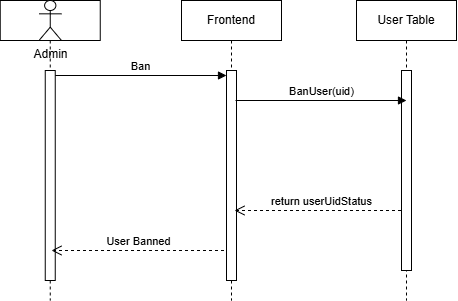
Earlier version of the draw.io export documentation/images/M4/FR6.png (dorawyy/CPEN321_CMIYC). Source tidied: cells renumbered, new cells last; positions are measured from the earlier drawing's top-left corner, leaving out a move shared by most shapes.
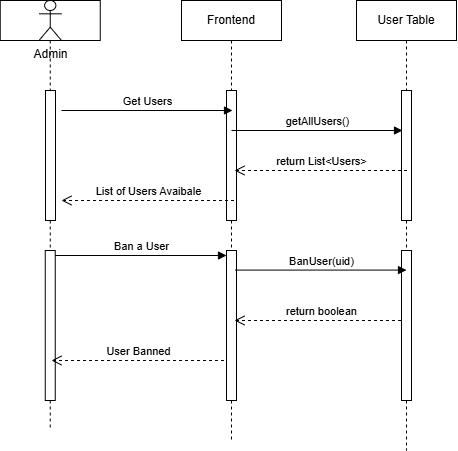
Above is the later version.

Change to the diagram source:
```diff
@@ -3,23 +3,29 @@
     <mxCell id="0" />
     <mxCell id="1" parent="0" />
     <mxCell id="2" style="shape=umlLifeline;perimeter=lifelinePerimeter;whiteSpace=wrap;html=1;newEdgeStyle={&quot;edgeStyle&quot;:&quot;elbowEdgeStyle&quot;,&quot;elbow&quot;:&quot;vertical&quot;,&quot;curved&quot;:0,&quot;rounded&quot;:0};" parent="1" vertex="1">
-      <mxGeometry x="-0.2" width="100" height="300" as="geometry" />
+      <mxGeometry x="-0.2" width="100" height="430" as="geometry" />
     </mxCell>
     <mxCell id="3" style="html=1;points=[[0,0,0,0,5],[0,1,0,0,-5],[1,0,0,0,5],[1,1,0,0,-5]];perimeter=orthogonalPerimeter;outlineConnect=0;targetShapes=umlLifeline;portConstraint=eastwest;newEdgeStyle={&quot;curved&quot;:0,&quot;rounded&quot;:0};" parent="2" vertex="1">
-      <mxGeometry x="45" y="70" width="10" height="210" as="geometry" />
+      <mxGeometry x="45" y="250" width="10" height="150" as="geometry" />
     </mxCell>
+    <mxCell id="13" style="html=1;perimeter=orthogonalPerimeter;targetShapes=umlLifeline;newEdgeStyle={&quot;curved&quot;:0,&quot;rounded&quot;:0};" parent="2" vertex="1">
+      <mxGeometry x="45.2" y="90" width="10" height="130" as="geometry" />
+    </mxCell>
     <mxCell id="4" value="Frontend" style="shape=umlLifeline;perimeter=lifelinePerimeter;whiteSpace=wrap;html=1;newEdgeStyle={&quot;edgeStyle&quot;:&quot;elbowEdgeStyle&quot;,&quot;elbow&quot;:&quot;vertical&quot;,&quot;curved&quot;:0,&quot;rounded&quot;:0};" parent="1" vertex="1">
-      <mxGeometry x="181" width="100" height="300" as="geometry" />
+      <mxGeometry x="181" width="100" height="440" as="geometry" />
     </mxCell>
     <mxCell id="5" style="html=1;points=[[0,0,0,0,5],[0,1,0,0,-5],[1,0,0,0,5],[1,1,0,0,-5]];perimeter=orthogonalPerimeter;outlineConnect=0;targetShapes=umlLifeline;portConstraint=eastwest;newEdgeStyle={&quot;curved&quot;:0,&quot;rounded&quot;:0};" parent="4" vertex="1">
-      <mxGeometry x="45" y="70" width="10" height="210" as="geometry" />
+      <mxGeometry x="45" y="250" width="10" height="150" as="geometry" />
     </mxCell>
+    <mxCell id="14" style="html=1;perimeter=orthogonalPerimeter;targetShapes=umlLifeline;newEdgeStyle={&quot;curved&quot;:0,&quot;rounded&quot;:0};" parent="4" vertex="1">
+      <mxGeometry x="45" y="90" width="10" height="130" as="geometry" />
+    </mxCell>
-    <mxCell id="6" value="return userUidStatus" style="html=1;verticalAlign=bottom;endArrow=open;dashed=1;endSize=8;edgeStyle=elbowEdgeStyle;elbow=vertical;curved=0;rounded=0;" parent="1" edge="1">
+    <mxCell id="6" value="return boolean" style="html=1;verticalAlign=bottom;endArrow=open;dashed=1;endSize=8;edgeStyle=elbowEdgeStyle;elbow=vertical;curved=0;rounded=0;" parent="1" edge="1">
       <mxGeometry x="-0.01" relative="1" as="geometry">
-        <mxPoint x="406.5" y="210" as="sourcePoint" />
-        <mxPoint x="234" y="210" as="targetPoint" />
+        <mxPoint x="406.5" y="320" as="sourcePoint" />
+        <mxPoint x="234" y="320" as="targetPoint" />
         <Array as="points">
-          <mxPoint x="331.5" y="210" />
+          <mxPoint x="331.5" y="320" />
         </Array>
       </mxGeometry>
     </mxCell>
@@ -27,28 +33,61 @@
       <mxGeometry x="38.5" width="22.5" height="40" as="geometry" />
     </mxCell>
     <mxCell id="8" value="User Table" style="shape=umlLifeline;perimeter=lifelinePerimeter;whiteSpace=wrap;html=1;newEdgeStyle={&quot;edgeStyle&quot;:&quot;elbowEdgeStyle&quot;,&quot;elbow&quot;:&quot;vertical&quot;,&quot;curved&quot;:0,&quot;rounded&quot;:0};" parent="1" vertex="1">
-      <mxGeometry x="356" width="100" height="300" as="geometry" />
+      <mxGeometry x="356" width="100" height="450" as="geometry" />
     </mxCell>
     <mxCell id="9" style="html=1;perimeter=orthogonalPerimeter;targetShapes=umlLifeline;newEdgeStyle={&quot;curved&quot;:0,&quot;rounded&quot;:0};" parent="8" vertex="1">
-      <mxGeometry x="45" y="70" width="10" height="200" as="geometry" />
+      <mxGeometry x="45" y="250" width="10" height="150" as="geometry" />
     </mxCell>
+    <mxCell id="15" style="html=1;perimeter=orthogonalPerimeter;targetShapes=umlLifeline;newEdgeStyle={&quot;curved&quot;:0,&quot;rounded&quot;:0};" parent="8" vertex="1">
+      <mxGeometry x="45" y="90" width="10" height="130" as="geometry" />
+    </mxCell>
-    <mxCell id="10" value="Ban" style="html=1;verticalAlign=bottom;endArrow=block;curved=0;rounded=0;exitX=1;exitY=0;exitDx=0;exitDy=5;exitPerimeter=0;entryX=0;entryY=0;entryDx=0;entryDy=5;entryPerimeter=0;" parent="1" edge="1" source="3" target="5">
+    <mxCell id="10" value="Ban a User" style="html=1;verticalAlign=bottom;endArrow=block;curved=0;rounded=0;exitX=1;exitY=0;exitDx=0;exitDy=5;exitPerimeter=0;entryX=0;entryY=0;entryDx=0;entryDy=5;entryPerimeter=0;" parent="1" edge="1" source="3" target="5">
       <mxGeometry relative="1" as="geometry" />
     </mxCell>
     <mxCell id="11" value="BanUser(uid)" style="html=1;verticalAlign=bottom;endArrow=block;curved=0;rounded=0;exitX=1;exitY=0;exitDx=0;exitDy=5;exitPerimeter=0;entryX=0;entryY=0;entryDx=0;entryDy=5;entryPerimeter=0;" parent="1" edge="1">
       <mxGeometry relative="1" as="geometry">
-        <mxPoint x="235" y="100" as="sourcePoint" />
-        <mxPoint x="406" y="100" as="targetPoint" />
+        <mxPoint x="235" y="269.6" as="sourcePoint" />
+        <mxPoint x="406" y="269.6" as="targetPoint" />
       </mxGeometry>
     </mxCell>
     <mxCell id="12" value="User Banned" style="html=1;verticalAlign=bottom;endArrow=open;dashed=1;endSize=8;edgeStyle=elbowEdgeStyle;elbow=vertical;curved=0;rounded=0;" parent="1" edge="1">
       <mxGeometry x="-0.01" relative="1" as="geometry">
-        <mxPoint x="223.5" y="250" as="sourcePoint" />
-        <mxPoint x="51" y="250" as="targetPoint" />
+        <mxPoint x="223.5" y="360" as="sourcePoint" />
+        <mxPoint x="51" y="360" as="targetPoint" />
         <Array as="points">
-          <mxPoint x="148.5" y="250" />
+          <mxPoint x="148.5" y="360" />
         </Array>
       </mxGeometry>
     </mxCell>
+    <mxCell id="16" value="Get Users&lt;span style=&quot;color: rgba(0, 0, 0, 0); font-family: monospace; font-size: 0px; text-align: start; background-color: rgb(251, 251, 251);&quot;&gt;%3CmxGraphModel%3E%3Croot%3E%3CmxCell%20id%3D%220%22%2F%3E%3CmxCell%20id%3D%221%22%20parent%3D%220%22%2F%3E%3CmxCell%20id%3D%222%22%20value%3D%22Ban%22%20style%3D%22html%3D1%3BverticalAlign%3Dbottom%3BendArrow%3Dblock%3Bcurved%3D0%3Brounded%3D0%3BexitX%3D1%3BexitY%3D0%3BexitDx%3D0%3BexitDy%3D5%3BexitPerimeter%3D0%3BentryX%3D0%3BentryY%3D0%3BentryDx%3D0%3BentryDy%3D5%3BentryPerimeter%3D0%3B%22%20edge%3D%221%22%20parent%3D%221%22%3E%3CmxGeometry%20x%3D%220.0021%22%20width%3D%2280%22%20relative%3D%221%22%20as%3D%22geometry%22%3E%3CmxPoint%20x%3D%2274%22%20y%3D%22285%22%20as%3D%22sourcePoint%22%2F%3E%3CmxPoint%20x%3D%22245%22%20y%3D%22285%22%20as%3D%22targetPoint%22%2F%3E%3CmxPoint%20as%3D%22offset%22%2F%3E%3C%2FmxGeometry%3E%3C%2FmxCell%3E%3C%2Froot%3E%3C%2FmxGraphModel%3E&lt;/span&gt;" style="html=1;verticalAlign=bottom;endArrow=block;curved=0;rounded=0;exitX=1;exitY=0;exitDx=0;exitDy=5;exitPerimeter=0;entryX=0;entryY=0;entryDx=0;entryDy=5;entryPerimeter=0;" parent="1" edge="1">
+      <mxGeometry relative="1" as="geometry">
+        <mxPoint x="61" y="110" as="sourcePoint" />
+        <mxPoint x="232" y="110" as="targetPoint" />
+      </mxGeometry>
+    </mxCell>
+    <mxCell id="17" value="getAllUsers()" style="html=1;verticalAlign=bottom;endArrow=block;curved=0;rounded=0;exitX=1;exitY=0;exitDx=0;exitDy=5;exitPerimeter=0;entryX=0;entryY=0;entryDx=0;entryDy=5;entryPerimeter=0;" parent="1" edge="1">
+      <mxGeometry relative="1" as="geometry">
+        <mxPoint x="231" y="130" as="sourcePoint" />
+        <mxPoint x="402" y="130" as="targetPoint" />
+      </mxGeometry>
+    </mxCell>
+    <mxCell id="18" value="return List&amp;lt;Users&amp;gt;" style="html=1;verticalAlign=bottom;endArrow=open;dashed=1;endSize=8;edgeStyle=elbowEdgeStyle;elbow=vertical;curved=0;rounded=0;" parent="1" edge="1">
+      <mxGeometry x="-0.01" relative="1" as="geometry">
+        <mxPoint x="406.5" y="170" as="sourcePoint" />
+        <mxPoint x="234" y="170" as="targetPoint" />
+        <Array as="points">
+          <mxPoint x="331.5" y="170" />
+        </Array>
+      </mxGeometry>
+    </mxCell>
+    <mxCell id="19" value="List of Users Avaibale" style="html=1;verticalAlign=bottom;endArrow=open;dashed=1;endSize=8;edgeStyle=elbowEdgeStyle;elbow=vertical;curved=0;rounded=0;" parent="1" edge="1">
+      <mxGeometry x="-0.01" relative="1" as="geometry">
+        <mxPoint x="233.5" y="200" as="sourcePoint" />
+        <mxPoint x="61" y="200" as="targetPoint" />
+        <Array as="points">
+          <mxPoint x="158.5" y="200" />
+        </Array>
+      </mxGeometry>
+    </mxCell>
   </root>
 </mxGraphModel>
```
